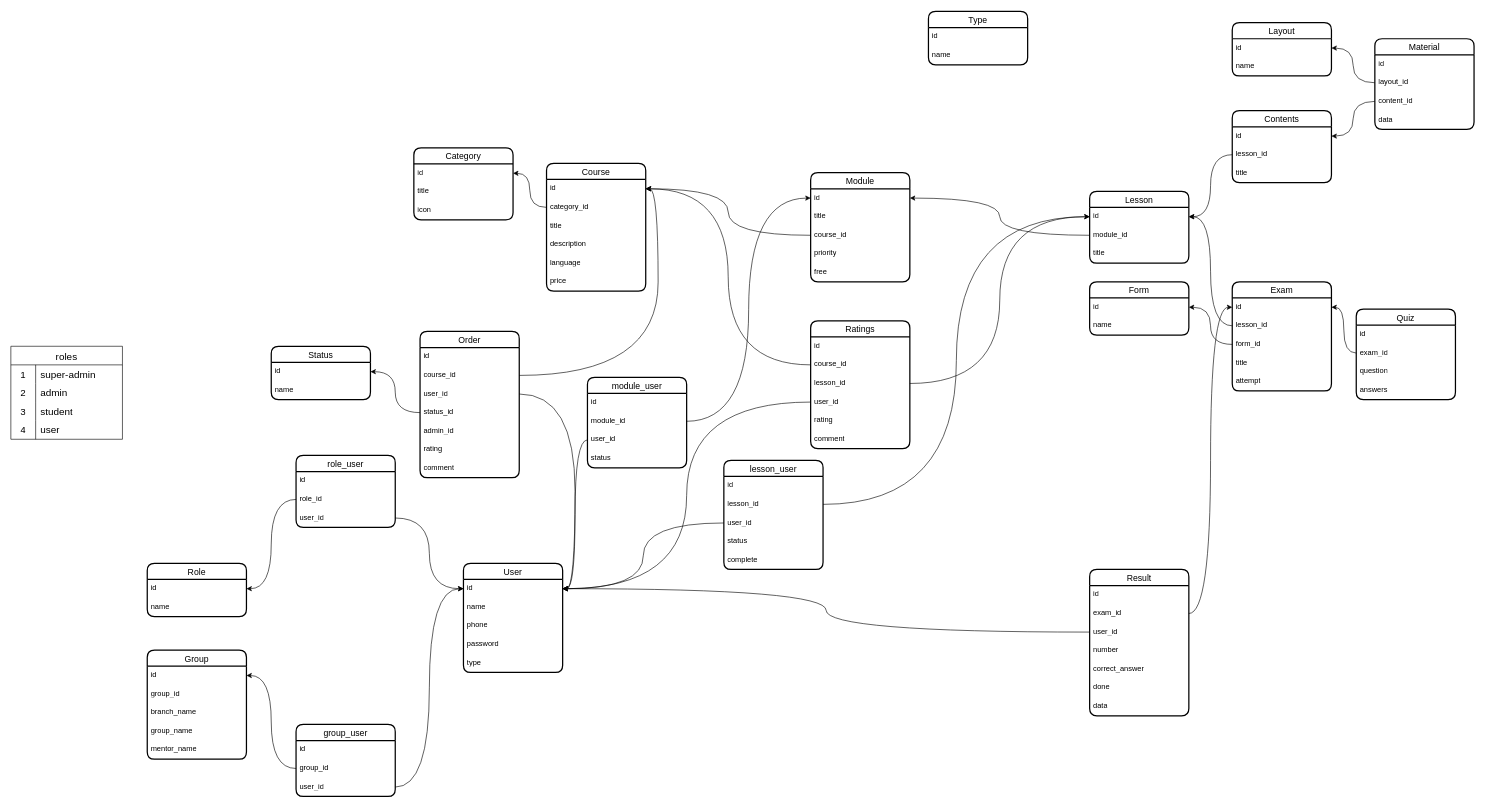
The draw.io diagram newaction.drawio in iztileuoff/databases, before the edit. Source tidied: cells renumbered, new cells numbered last; positions are measured from the earlier drawing's top-left corner, leaving out a move shared by most shapes. Both pictures are drawn from the tidied source at 62%, with x=0, y=0 at pixel (11, 11).
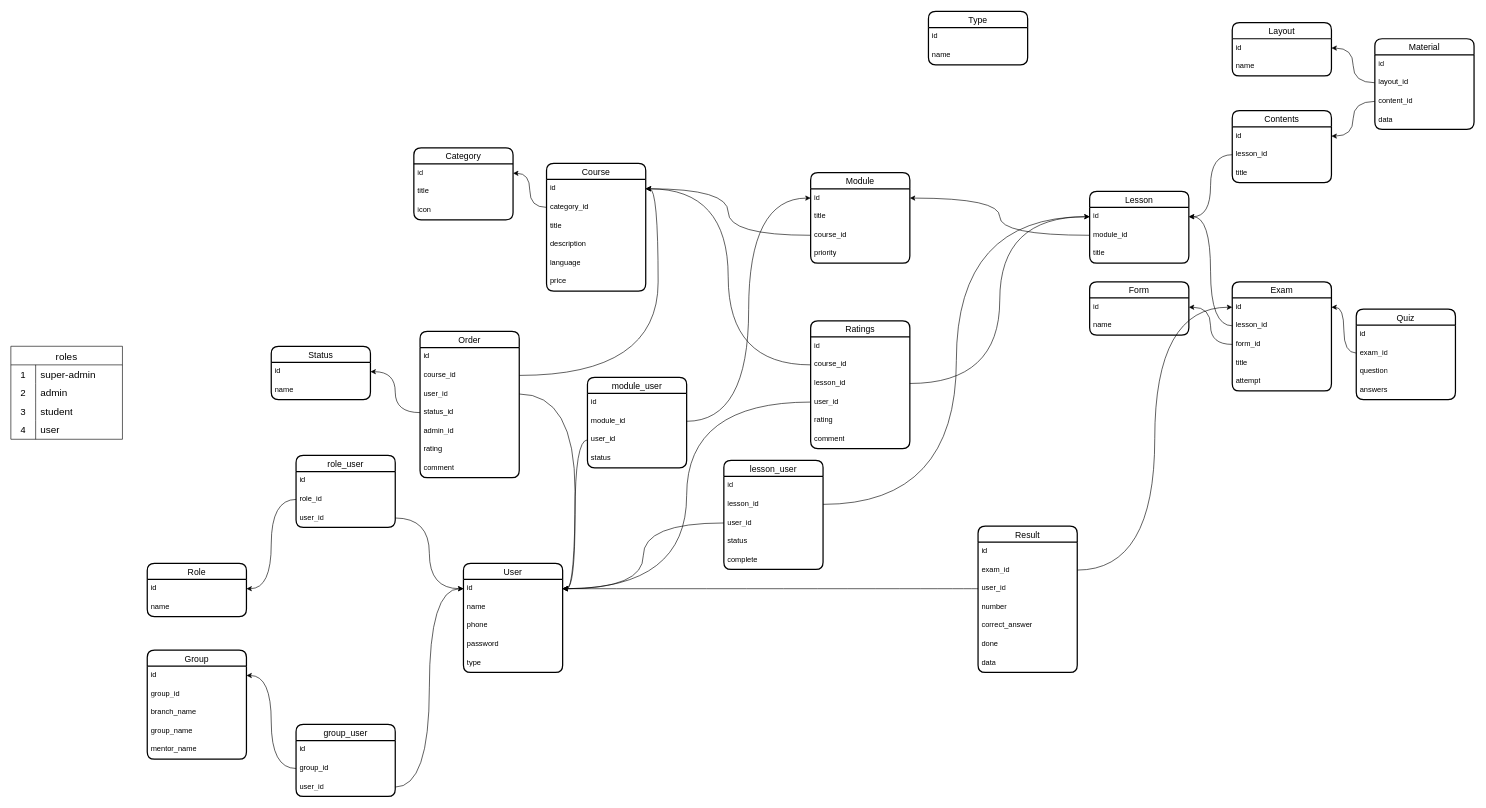
The same diagram, later.

What changed in the source:
```diff
@@
     <mxCell id="19" value="Module" style="swimlane;fontStyle=0;horizontal=1;startSize=26;align=center;fontSize=14;strokeWidth=2;rounded=1;shadow=0;glass=0;swimlaneLine=1;" parent="1" vertex="1">
-      <mxGeometry x="1290" y="260" width="160" height="176" as="geometry" />
+      <mxGeometry x="1290" y="260" width="160" height="146" as="geometry" />
     </mxCell>
@@
-    <mxCell id="24" value="free" style="text;strokeColor=none;fillColor=none;spacingLeft=4;spacingRight=4;overflow=hidden;fontSize=12;whiteSpace=wrap;html=1;" parent="19" vertex="1">
-      <mxGeometry y="146" width="160" height="30" as="geometry" />
-    </mxCell>
@@
     <mxCell id="71" value="Result" style="swimlane;fontStyle=0;horizontal=1;startSize=26;align=center;fontSize=14;strokeWidth=2;rounded=1;shadow=0;glass=0;swimlaneLine=1;" parent="1" vertex="1">
-      <mxGeometry x="1740" y="900" width="160" height="236" as="geometry" />
+      <mxGeometry x="1560" y="830" width="160" height="236" as="geometry" />
     </mxCell>
```
